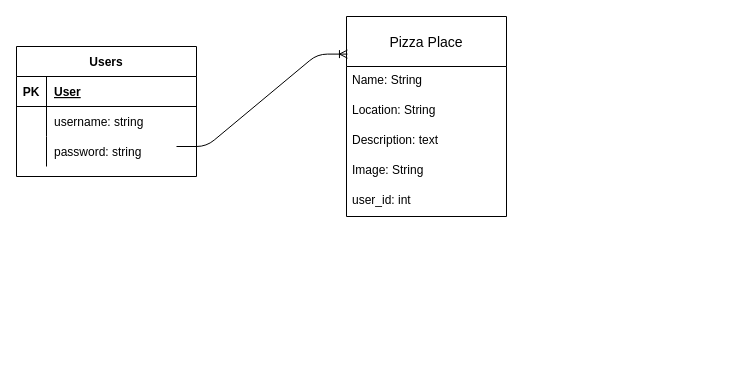
Earlier version of the draw.io diagram Untitled Diagram.drawio (AlexWaller1/Sinatra-Project). Source tidied: cells renumbered, new cells numbered last; positions are measured from the earlier drawing's top-left corner, leaving out a move shared by most shapes. Both pictures are drawn from the tidied source at 100%, with x=0, y=0 at pixel (16, 16).
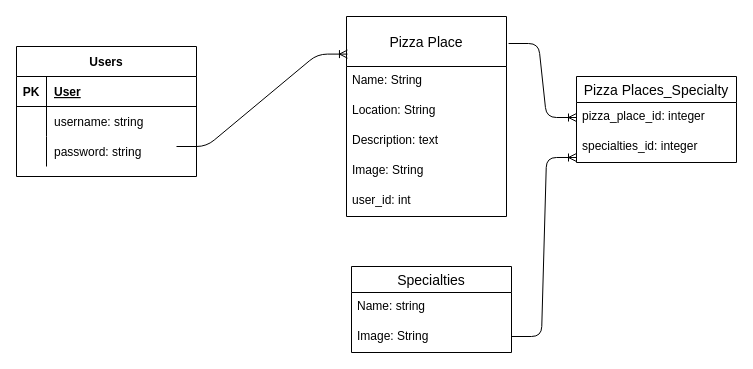
Above is the later version.

The change refers to these unchanged cells:
```xml
<mxCell id="12" value="Pizza Place" style="swimlane;fontStyle=0;horizontal=1;startSize=50;align=center;fontSize=14;" parent="1" vertex="1">
  <mxGeometry x="330" width="160" height="200" as="geometry" />
</mxCell>
```

Change to the diagram source:
```diff
@@
+    <mxCell id="19" value="Specialties" style="swimlane;fontStyle=0;horizontal=1;startSize=26;align=center;fontSize=14;" parent="1" vertex="1">
+      <mxGeometry x="335" y="250" width="160" height="86" as="geometry" />
+    </mxCell>
+    <mxCell id="20" value="Name: string" style="text;strokeColor=none;fillColor=none;spacingLeft=4;spacingRight=4;overflow=hidden;fontSize=12;" parent="19" vertex="1">
+      <mxGeometry y="26" width="160" height="30" as="geometry" />
+    </mxCell>
+    <mxCell id="21" value="Image: String" style="text;strokeColor=none;fillColor=none;spacingLeft=4;spacingRight=4;overflow=hidden;fontSize=12;" parent="19" vertex="1">
+      <mxGeometry y="56" width="160" height="30" as="geometry" />
+    </mxCell>
+    <mxCell id="22" value="Pizza Places_Specialty" style="swimlane;fontStyle=0;horizontal=1;startSize=26;align=center;fontSize=14;" parent="1" vertex="1">
+      <mxGeometry x="560" y="60" width="160" height="86" as="geometry" />
+    </mxCell>
+    <mxCell id="23" value="pizza_place_id: integer" style="text;strokeColor=none;fillColor=none;spacingLeft=4;spacingRight=4;overflow=hidden;points=[[0,0.5],[1,0.5]];portConstraint=eastwest;fontSize=12;" parent="22" vertex="1">
+      <mxGeometry y="26" width="160" height="30" as="geometry" />
+    </mxCell>
+    <mxCell id="24" value="specialties_id: integer" style="text;strokeColor=none;fillColor=none;spacingLeft=4;spacingRight=4;overflow=hidden;points=[[0,0.5],[1,0.5]];portConstraint=eastwest;fontSize=12;" parent="22" vertex="1">
+      <mxGeometry y="56" width="160" height="30" as="geometry" />
+    </mxCell>
+    <mxCell id="25" style="edgeStyle=entityRelationEdgeStyle;fontSize=12;html=1;endArrow=ERoneToMany;exitX=1.013;exitY=0.135;exitDx=0;exitDy=0;exitPerimeter=0;entryX=0;entryY=0.5;entryDx=0;entryDy=0;" parent="1" edge="1" source="12" target="23">
+      <mxGeometry relative="1" as="geometry" />
+    </mxCell>
+    <mxCell id="26" style="edgeStyle=entityRelationEdgeStyle;fontSize=12;html=1;endArrow=ERoneToMany;entryX=0;entryY=0.833;entryDx=0;entryDy=0;entryPerimeter=0;" parent="1" edge="1" target="24">
+      <mxGeometry relative="1" as="geometry">
+        <mxPoint x="495" y="320" as="sourcePoint" />
+      </mxGeometry>
+    </mxCell>
```
